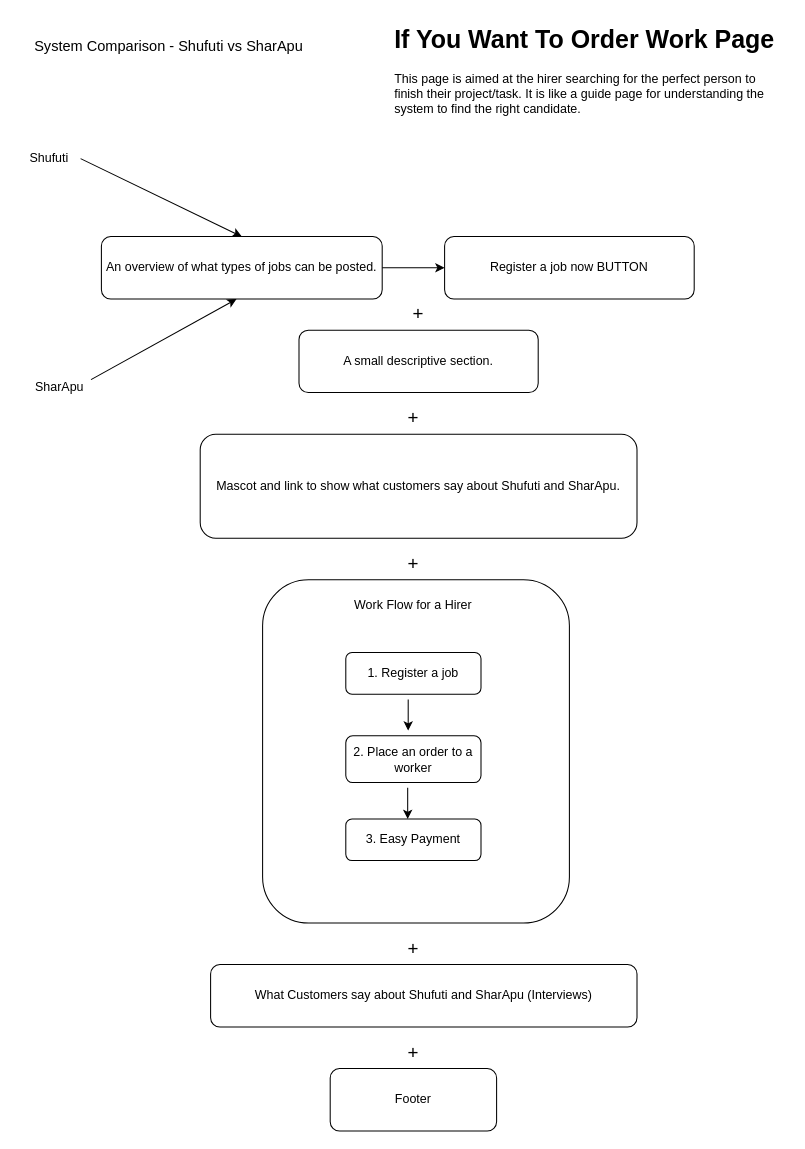
SumaiyaTarannumNoor/SharApu-Job-Portal keeps this draw.io diagram as System Comparison - Shufuti vs SharApu/IfYouWantToOrderWork.drawio. Above is the earlier version. Source tidied: cells renumbered, new cells numbered last; positions are measured from the earlier drawing's top-left corner, leaving out a move shared by most shapes. Both pictures are drawn from the tidied source at 104%, with x=0, y=0 at pixel (18, 18).
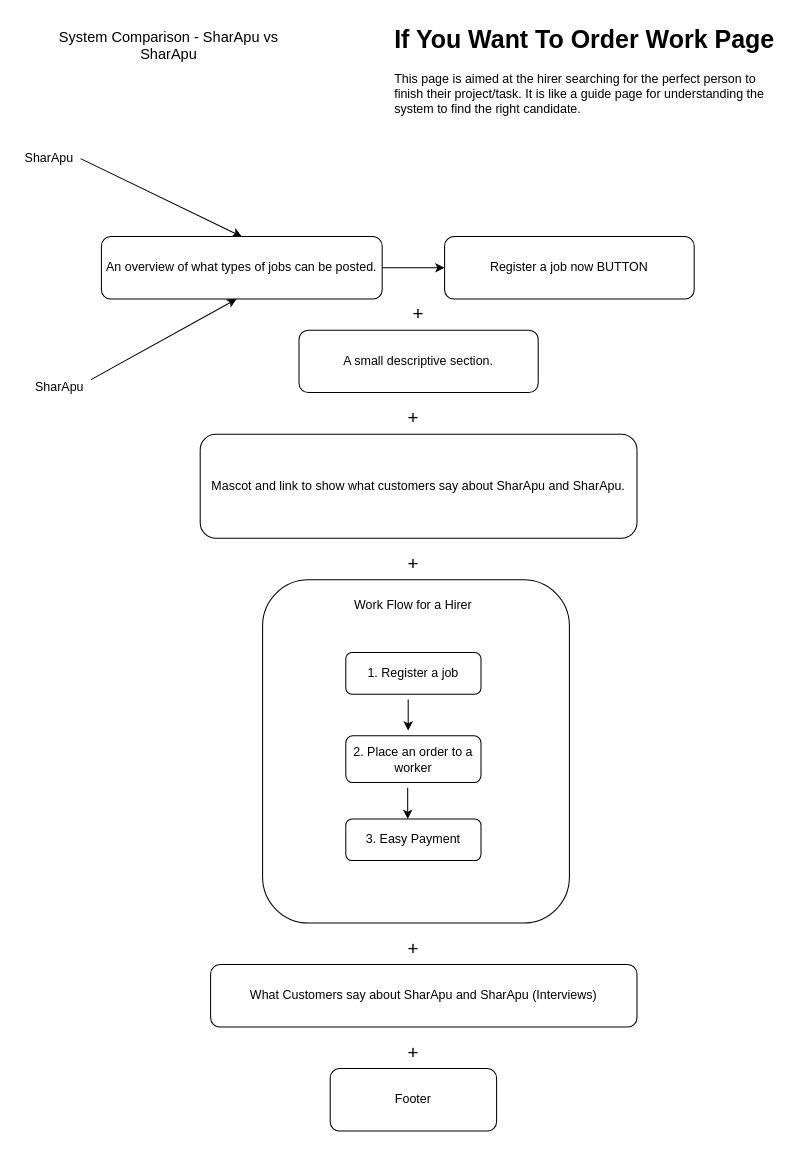
Above is the later version.

Commit message:
Shufuti to SharApu

Diff of the diagram source:
```diff
@@
-    <mxCell id="2" value="&lt;font style=&quot;font-size: 14px;&quot;&gt;System Comparison - Shufuti vs SharApu&lt;/font&gt;&lt;div&gt;&lt;font style=&quot;font-size: 14px;&quot;&gt;&lt;br&gt;&lt;/font&gt;&lt;/div&gt;" style="text;html=1;align=center;verticalAlign=middle;whiteSpace=wrap;rounded=0;" parent="1" vertex="1">
+    <mxCell id="2" value="&lt;font style=&quot;font-size: 14px;&quot;&gt;System Comparison - SharApu vs SharApu&lt;/font&gt;&lt;div&gt;&lt;font style=&quot;font-size: 14px;&quot;&gt;&lt;br&gt;&lt;/font&gt;&lt;/div&gt;" style="text;html=1;align=center;verticalAlign=middle;whiteSpace=wrap;rounded=0;" parent="1" vertex="1">
       <mxGeometry x="10" y="20" width="270" height="30" as="geometry" />
     </mxCell>
@@
-    <mxCell id="4" value="Shufuti" style="text;html=1;align=center;verticalAlign=middle;whiteSpace=wrap;rounded=0;" parent="1" vertex="1">
+    <mxCell id="4" value="SharApu" style="text;html=1;align=center;verticalAlign=middle;whiteSpace=wrap;rounded=0;" parent="1" vertex="1">
       <mxGeometry y="120" width="60" height="30" as="geometry" />
     </mxCell>
@@
-    <mxCell id="14" value="Mascot and link to show what customers say about Shufuti and SharApu." style="rounded=1;whiteSpace=wrap;html=1;" parent="1" vertex="1">
+    <mxCell id="14" value="Mascot and link to show what customers say about SharApu and SharApu." style="rounded=1;whiteSpace=wrap;html=1;" parent="1" vertex="1">
       <mxGeometry x="175" y="400" width="420" height="100" as="geometry" />
     </mxCell>
@@
-    <mxCell id="24" value="What Customers say about Shufuti and SharApu (Interviews)" style="rounded=1;whiteSpace=wrap;html=1;" parent="1" vertex="1">
+    <mxCell id="24" value="What Customers say about SharApu and SharApu (Interviews)" style="rounded=1;whiteSpace=wrap;html=1;" parent="1" vertex="1">
       <mxGeometry x="185" y="910" width="410" height="60" as="geometry" />
     </mxCell>
```
